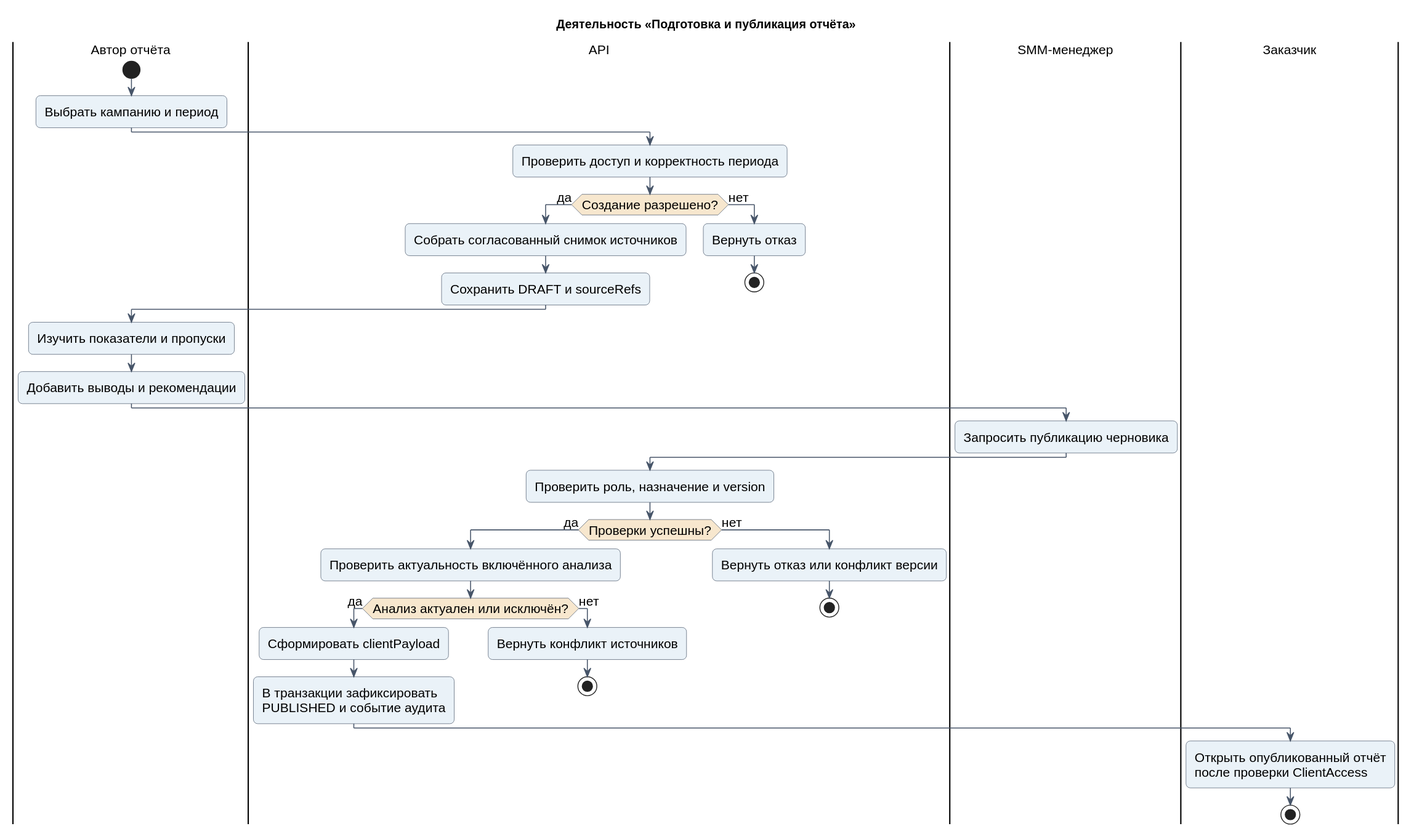
This is reports/coursework_umls/Курсовая_SMM_Analyzer/03_Диаграммы/ACT_02_Отчёт.svg from whoisbubble/typest_report, a PlantUML export, as it was before one commit.
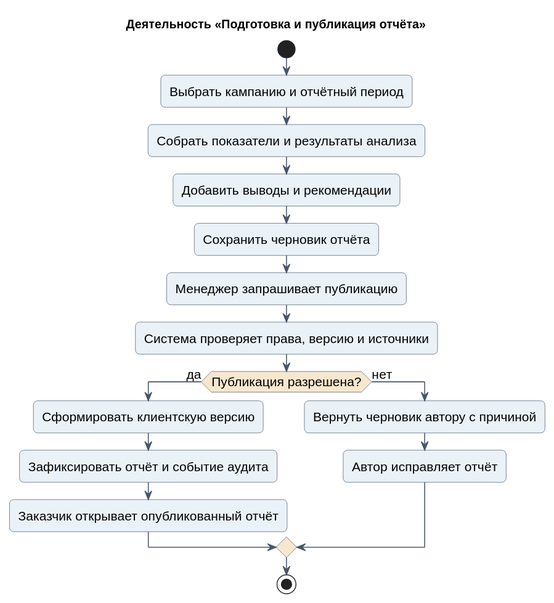
The same file after the commit.

What changed in the source:
```diff
@@ -2,44 +2,20 @@
 !include common.puml
 title Деятельность «Подготовка и публикация отчёта»
 
-|Автор отчёта|
 start
-:Выбрать кампанию и период;
-
-|API|
-:Проверить доступ и корректность периода;
-if (Создание разрешено?) then (да)
-  :Собрать согласованный снимок источников;
-  :Сохранить DRAFT и sourceRefs;
+:Выбрать кампанию и отчётный период;
+:Собрать показатели и результаты анализа;
+:Добавить выводы и рекомендации;
+:Сохранить черновик отчёта;
+:Менеджер запрашивает публикацию;
+:Система проверяет права, версию и источники;
+if (Публикация разрешена?) then (да)
+  :Сформировать клиентскую версию;
+  :Зафиксировать отчёт и событие аудита;
+  :Заказчик открывает опубликованный отчёт;
 else (нет)
-  :Вернуть отказ;
-  stop
+  :Вернуть черновик автору с причиной;
+  :Автор исправляет отчёт;
 endif
-
-|Автор отчёта|
-:Изучить показатели и пропуски;
-:Добавить выводы и рекомендации;
-
-|SMM-менеджер|
-:Запросить публикацию черновика;
-
-|API|
-:Проверить роль, назначение и version;
-if (Проверки успешны?) then (да)
-  :Проверить актуальность включённого анализа;
-  if (Анализ актуален или исключён?) then (да)
-    :Сформировать clientPayload;
-    :В транзакции зафиксировать\nPUBLISHED и событие аудита;
-  else (нет)
-    :Вернуть конфликт источников;
-    stop
-  endif
-else (нет)
-  :Вернуть отказ или конфликт версии;
-  stop
-endif
-
-|Заказчик|
-:Открыть опубликованный отчёт\nпосле проверки ClientAccess;
 stop
 @enduml
```
